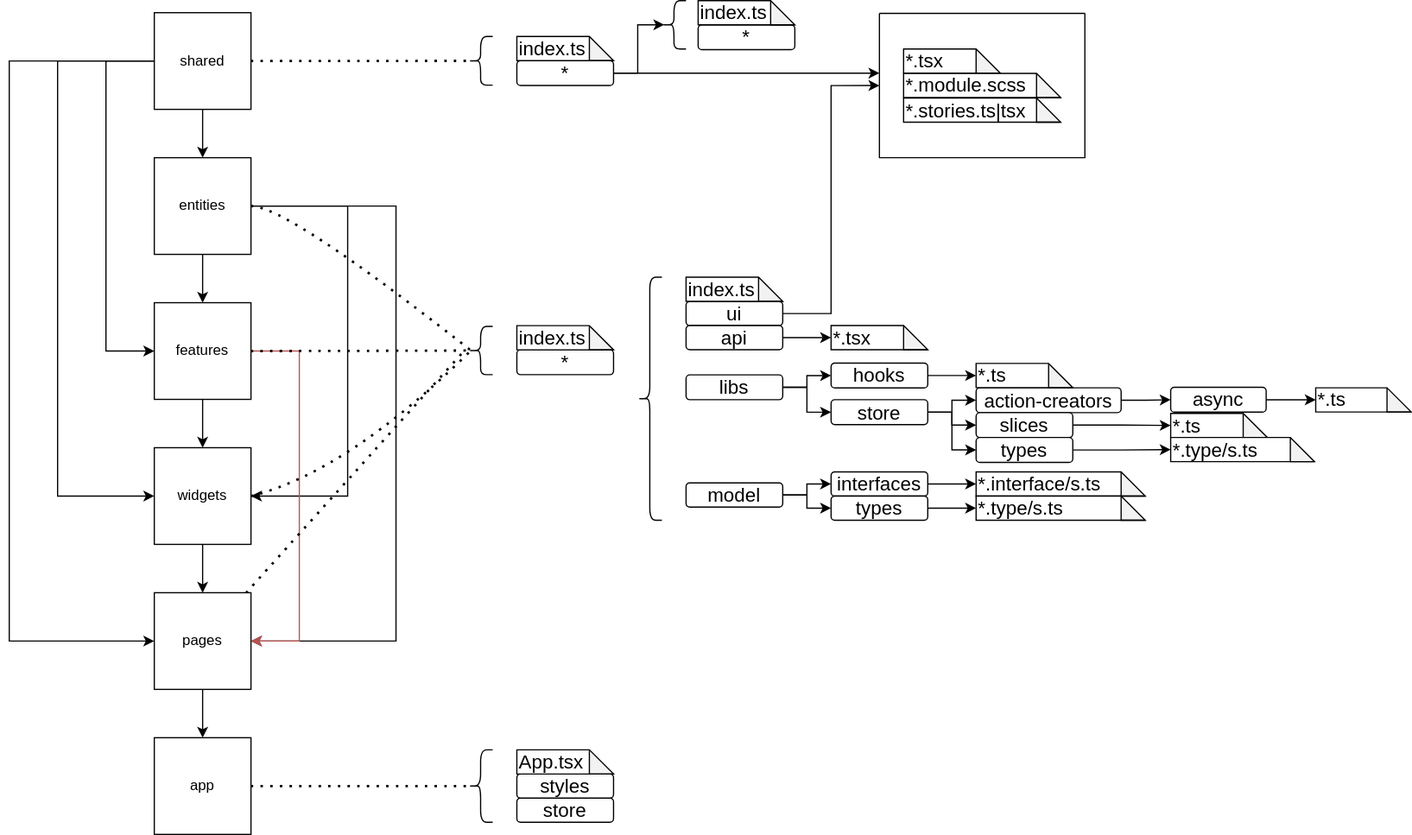
This is client/FSD.drawio.svg from Lordpluha/GameBlog, a draw.io export, as it was before one commit. Source tidied: cells renumbered, new cells last; positions are measured from the earlier drawing's top-left corner, leaving out a move shared by most shapes.
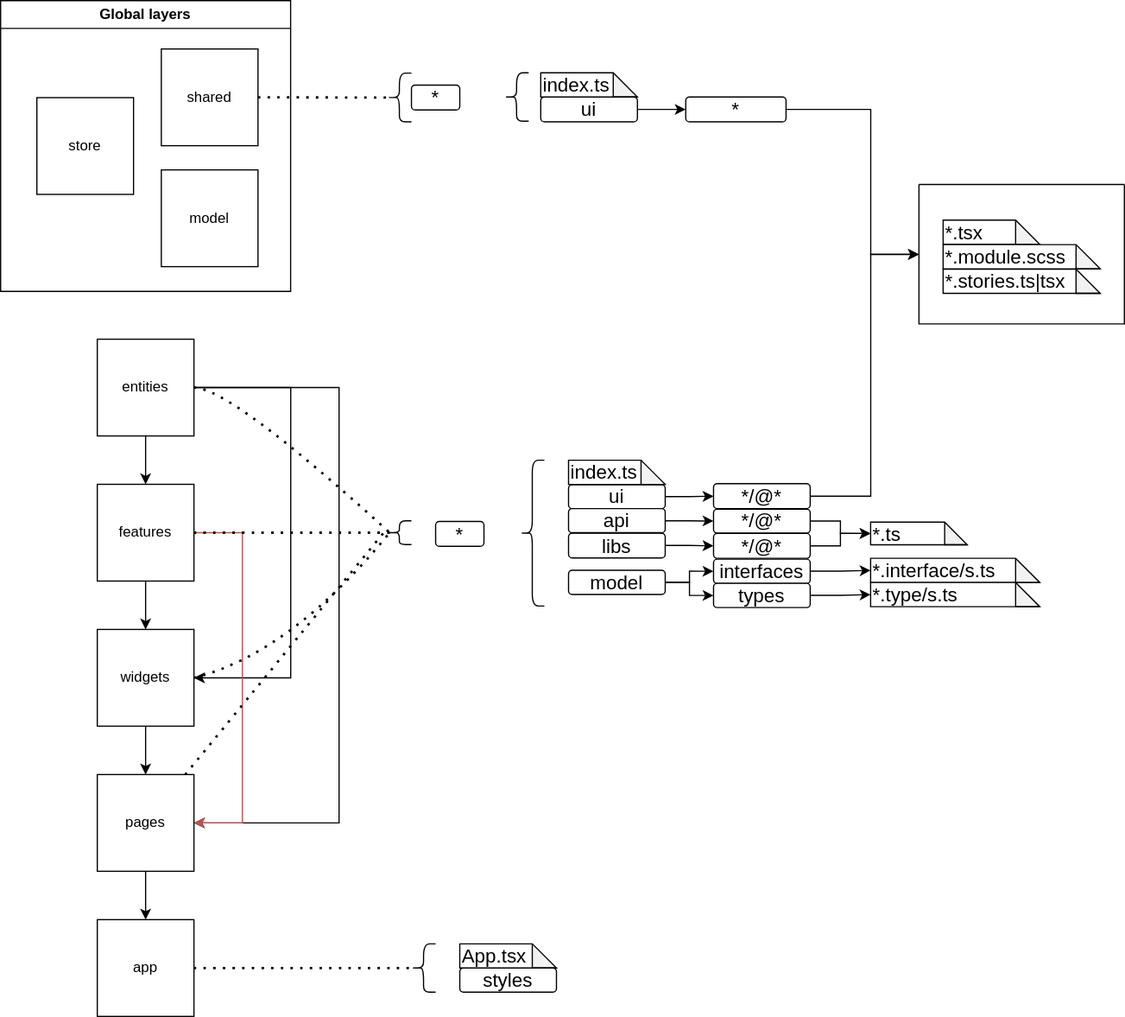
The same file after the commit.

What changed in the source:
```diff
@@ -4,32 +4,2 @@
     <mxCell id="1" parent="0" />
-    <mxCell id="2" style="edgeStyle=orthogonalEdgeStyle;rounded=0;jettySize=auto;html=1;" parent="1" edge="1" source="6" target="10">
-      <mxGeometry relative="1" as="geometry" />
-    </mxCell>
-    <mxCell id="3" style="edgeStyle=orthogonalEdgeStyle;rounded=0;jettySize=auto;html=1;entryX=0;entryY=0.5;entryDx=0;entryDy=0;" parent="1" edge="1" source="6" target="13">
-      <mxGeometry relative="1" as="geometry">
-        <Array as="points">
-          <mxPoint x="80" y="50" />
-          <mxPoint x="80" y="290" />
-        </Array>
-      </mxGeometry>
-    </mxCell>
-    <mxCell id="4" style="edgeStyle=orthogonalEdgeStyle;rounded=0;jettySize=auto;html=1;entryX=0;entryY=0.5;entryDx=0;entryDy=0;" parent="1" edge="1" source="6" target="15">
-      <mxGeometry relative="1" as="geometry">
-        <Array as="points">
-          <mxPoint x="40" y="50" />
-          <mxPoint x="40" y="410" />
-        </Array>
-      </mxGeometry>
-    </mxCell>
-    <mxCell id="5" style="edgeStyle=orthogonalEdgeStyle;rounded=0;jettySize=auto;html=1;entryX=0;entryY=0.5;entryDx=0;entryDy=0;" parent="1" edge="1" source="6" target="17">
-      <mxGeometry relative="1" as="geometry">
-        <Array as="points">
-          <mxPoint y="50" />
-          <mxPoint y="530" />
-        </Array>
-      </mxGeometry>
-    </mxCell>
-    <mxCell id="6" value="shared" style="whiteSpace=wrap;html=1;" parent="1" vertex="1">
-      <mxGeometry x="120" y="10" width="80" height="80" as="geometry" />
-    </mxCell>
     <mxCell id="7" style="edgeStyle=orthogonalEdgeStyle;rounded=0;jettySize=auto;html=1;" parent="1" edge="1" source="10" target="13">
@@ -86,3 +56,3 @@
     <mxCell id="19" style="shape=curlyBracket;whiteSpace=wrap;html=1;rounded=1;labelPosition=left;verticalLabelPosition=middle;align=right;verticalAlign=middle;fontSize=16;" parent="1" vertex="1">
-      <mxGeometry x="380" y="29.7" width="20" height="40.3" as="geometry" />
+      <mxGeometry x="360" y="-90" width="20" height="40.3" as="geometry" />
     </mxCell>
@@ -119,18 +89,15 @@
     <mxCell id="26" value="model" style="rounded=1;whiteSpace=wrap;html=1;fontSize=16;" parent="1" vertex="1">
-      <mxGeometry x="560" y="399.1" width="80" height="20" as="geometry" />
+      <mxGeometry x="510" y="321.1" width="80" height="20" as="geometry" />
     </mxCell>
-    <mxCell id="27" style="edgeStyle=orthogonalEdgeStyle;rounded=0;jettySize=auto;html=1;" parent="1" edge="1" source="29" target="57">
-      <mxGeometry relative="1" as="geometry" />
-    </mxCell>
-    <mxCell id="28" style="edgeStyle=orthogonalEdgeStyle;rounded=0;jettySize=auto;html=1;" parent="1" edge="1" source="29" target="63">
-      <mxGeometry relative="1" as="geometry" />
-    </mxCell>
+    <mxCell id="81" style="edgeStyle=orthogonalEdgeStyle;rounded=0;jettySize=auto;html=1;" parent="1" edge="1" source="29" target="89">
+      <mxGeometry relative="1" as="geometry" />
+    </mxCell>
     <mxCell id="29" value="libs" style="rounded=1;whiteSpace=wrap;html=1;fontSize=16;" parent="1" vertex="1">
-      <mxGeometry x="560" y="309.7" width="80" height="20.6" as="geometry" />
+      <mxGeometry x="510" y="290.3" width="80" height="20.6" as="geometry" />
     </mxCell>
-    <mxCell id="30" style="edgeStyle=orthogonalEdgeStyle;rounded=0;jettySize=auto;html=1;exitX=1;exitY=0.5;exitDx=0;exitDy=0;entryX=0;entryY=0.5;entryDx=0;entryDy=0;" parent="1" edge="1" source="31" target="49">
+    <mxCell id="30" style="edgeStyle=orthogonalEdgeStyle;rounded=0;jettySize=auto;html=1;exitX=1;exitY=0.5;exitDx=0;exitDy=0;entryX=0;entryY=0.5;entryDx=0;entryDy=0;" parent="1" edge="1" source="87" target="49">
       <mxGeometry relative="1" as="geometry">
         <Array as="points">
-          <mxPoint x="680" y="259" />
-          <mxPoint x="680" y="70" />
+          <mxPoint x="760" y="260" />
+          <mxPoint x="760" y="60" />
         </Array>
@@ -138,13 +105,16 @@
     </mxCell>
+    <mxCell id="82" style="edgeStyle=orthogonalEdgeStyle;rounded=0;jettySize=auto;html=1;" parent="1" edge="1" source="31" target="87">
+      <mxGeometry relative="1" as="geometry" />
+    </mxCell>
     <mxCell id="31" value="ui" style="rounded=1;whiteSpace=wrap;html=1;fontSize=16;" parent="1" vertex="1">
-      <mxGeometry x="560" y="249.1" width="80" height="19.7" as="geometry" />
+      <mxGeometry x="510" y="250.3" width="80" height="19.7" as="geometry" />
     </mxCell>
-    <mxCell id="32" style="edgeStyle=orthogonalEdgeStyle;rounded=0;jettySize=auto;html=1;" parent="1" edge="1" source="33" target="70">
-      <mxGeometry relative="1" as="geometry" />
-    </mxCell>
+    <mxCell id="83" style="edgeStyle=orthogonalEdgeStyle;rounded=0;jettySize=auto;html=1;" parent="1" edge="1" source="33" target="88">
+      <mxGeometry relative="1" as="geometry" />
+    </mxCell>
     <mxCell id="33" value="api" style="rounded=1;whiteSpace=wrap;html=1;fontSize=16;" parent="1" vertex="1">
-      <mxGeometry x="560" y="268.9" width="80" height="20" as="geometry" />
+      <mxGeometry x="510" y="270.1" width="80" height="20" as="geometry" />
     </mxCell>
     <mxCell id="34" style="shape=curlyBracket;whiteSpace=wrap;html=1;rounded=1;labelPosition=left;verticalLabelPosition=middle;align=right;verticalAlign=middle;fontSize=16;" parent="1" vertex="1">
-      <mxGeometry x="380" y="269.6" width="20" height="40" as="geometry" />
+      <mxGeometry x="360" y="280.2" width="20" height="19.6" as="geometry" />
     </mxCell>
@@ -154,3 +124,3 @@
     <mxCell id="36" style="shape=curlyBracket;whiteSpace=wrap;html=1;rounded=1;labelPosition=left;verticalLabelPosition=middle;align=right;verticalAlign=middle;fontSize=16;" parent="1" vertex="1">
-      <mxGeometry x="380" y="620" width="20" height="60" as="geometry" />
+      <mxGeometry x="380" y="630" width="20" height="40" as="geometry" />
     </mxCell>
@@ -159,37 +129,36 @@
     </mxCell>
-    <mxCell id="38" value="store" style="rounded=1;whiteSpace=wrap;html=1;fontSize=16;" parent="1" vertex="1">
-      <mxGeometry x="420" y="660" width="80" height="20" as="geometry" />
-    </mxCell>
     <mxCell id="39" value="styles" style="rounded=1;whiteSpace=wrap;html=1;fontSize=16;" parent="1" vertex="1">
-      <mxGeometry x="420" y="640" width="80" height="20" as="geometry" />
+      <mxGeometry x="420" y="650" width="80" height="20" as="geometry" />
     </mxCell>
     <mxCell id="40" value="App.tsx" style="shape=note;whiteSpace=wrap;html=1;backgroundOutline=1;darkOpacity=0.05;fontSize=16;align=left;" parent="1" vertex="1">
-      <mxGeometry x="420" y="620" width="80" height="20" as="geometry" />
+      <mxGeometry x="420" y="630" width="80" height="20" as="geometry" />
     </mxCell>
-    <mxCell id="41" style="edgeStyle=orthogonalEdgeStyle;rounded=0;jettySize=auto;html=1;entryX=0;entryY=0.414;entryDx=0;entryDy=0;entryPerimeter=0;" parent="1" edge="1" source="42" target="49">
-      <mxGeometry relative="1" as="geometry" />
-    </mxCell>
     <mxCell id="42" value="*" style="rounded=1;whiteSpace=wrap;html=1;fontSize=16;verticalAlign=middle;" parent="1" vertex="1">
-      <mxGeometry x="420" y="49.7" width="80" height="20.6" as="geometry" />
+      <mxGeometry x="380" y="-80.1" width="40" height="20.6" as="geometry" />
     </mxCell>
     <mxCell id="43" value="*" style="rounded=1;whiteSpace=wrap;html=1;fontSize=16;" parent="1" vertex="1">
-      <mxGeometry x="420" y="289" width="80" height="20.6" as="geometry" />
+      <mxGeometry x="400" y="280.7" width="40" height="20.6" as="geometry" />
     </mxCell>
     <mxCell id="44" style="shape=curlyBracket;whiteSpace=wrap;html=1;rounded=1;labelPosition=left;verticalLabelPosition=middle;align=right;verticalAlign=middle;fontSize=16;" parent="1" vertex="1">
-      <mxGeometry x="520" y="228.9" width="20" height="201.1" as="geometry" />
+      <mxGeometry x="470" y="230.1" width="20" height="120.6" as="geometry" />
     </mxCell>
-    <mxCell id="45" value="index.ts" style="shape=note;whiteSpace=wrap;html=1;backgroundOutline=1;darkOpacity=0.05;fontSize=16;align=left;" parent="1" vertex="1">
-      <mxGeometry x="420" y="29.7" width="80" height="20" as="geometry" />
-    </mxCell>
+    <mxCell id="84" style="edgeStyle=orthogonalEdgeStyle;rounded=0;jettySize=auto;html=1;" parent="1" edge="1" source="46" target="86">
+      <mxGeometry relative="1" as="geometry">
+        <Array as="points">
+          <mxPoint x="587" y="-59.7" />
+          <mxPoint x="587" y="-59.7" />
+        </Array>
+      </mxGeometry>
+    </mxCell>
-    <mxCell id="46" value="*" style="rounded=1;whiteSpace=wrap;html=1;fontSize=16;verticalAlign=middle;" parent="1" vertex="1">
-      <mxGeometry x="570" y="20" width="80" height="20.6" as="geometry" />
+    <mxCell id="46" value="ui" style="rounded=1;whiteSpace=wrap;html=1;fontSize=16;verticalAlign=middle;" parent="1" vertex="1">
+      <mxGeometry x="487" y="-70.3" width="80" height="20.6" as="geometry" />
     </mxCell>
     <mxCell id="47" style="shape=curlyBracket;whiteSpace=wrap;html=1;rounded=1;labelPosition=left;verticalLabelPosition=middle;align=right;verticalAlign=middle;fontSize=16;" parent="1" vertex="1">
-      <mxGeometry x="540" width="20" height="40" as="geometry" />
+      <mxGeometry x="457" y="-90.3" width="20" height="40" as="geometry" />
     </mxCell>
     <mxCell id="48" value="index.ts" style="shape=note;whiteSpace=wrap;html=1;backgroundOutline=1;darkOpacity=0.05;fontSize=16;align=left;" parent="1" vertex="1">
-      <mxGeometry x="570" width="80" height="20" as="geometry" />
+      <mxGeometry x="487" y="-90.3" width="80" height="20" as="geometry" />
     </mxCell>
     <mxCell id="49" style="swimlane;startSize=0;fontSize=16;" parent="1" vertex="1">
-      <mxGeometry x="720" y="10.6" width="170" height="119.4" as="geometry" />
+      <mxGeometry x="800" y="2.1" width="170" height="115.3" as="geometry" />
     </mxCell>
@@ -204,69 +173,19 @@
     </mxCell>
-    <mxCell id="53" style="edgeStyle=orthogonalEdgeStyle;rounded=0;jettySize=auto;html=1;entryX=0.1;entryY=0.5;entryDx=0;entryDy=0;entryPerimeter=0;" parent="1" edge="1" source="42" target="47">
-      <mxGeometry relative="1" as="geometry">
-        <Array as="points">
-          <mxPoint x="520" y="60" />
-          <mxPoint x="520" y="20" />
-        </Array>
-      </mxGeometry>
-    </mxCell>
-    <mxCell id="54" value="index.ts" style="shape=note;whiteSpace=wrap;html=1;backgroundOutline=1;darkOpacity=0.05;fontSize=16;align=left;" parent="1" vertex="1">
-      <mxGeometry x="420" y="269" width="80" height="20" as="geometry" />
-    </mxCell>
     <mxCell id="55" value="index.ts" style="shape=note;whiteSpace=wrap;html=1;backgroundOutline=1;darkOpacity=0.05;fontSize=16;align=left;" parent="1" vertex="1">
-      <mxGeometry x="560" y="228.9" width="80" height="20" as="geometry" />
+      <mxGeometry x="510" y="230.1" width="80" height="20" as="geometry" />
     </mxCell>
-    <mxCell id="56" style="edgeStyle=orthogonalEdgeStyle;rounded=0;jettySize=auto;html=1;" parent="1" edge="1" source="57" target="71">
-      <mxGeometry relative="1" as="geometry" />
-    </mxCell>
-    <mxCell id="57" value="hooks" style="rounded=1;whiteSpace=wrap;html=1;fontSize=16;" parent="1" vertex="1">
-      <mxGeometry x="680" y="300" width="80" height="20.6" as="geometry" />
-    </mxCell>
     <mxCell id="58" value="interfaces" style="rounded=1;whiteSpace=wrap;html=1;fontSize=16;" parent="1" vertex="1">
-      <mxGeometry x="680" y="390" width="80" height="20" as="geometry" />
+      <mxGeometry x="630" y="311.9" width="80" height="20" as="geometry" />
     </mxCell>
     <mxCell id="59" value="types" style="rounded=1;whiteSpace=wrap;html=1;fontSize=16;" parent="1" vertex="1">
-      <mxGeometry x="680" y="410" width="80" height="20" as="geometry" />
+      <mxGeometry x="630" y="331.9" width="80" height="20" as="geometry" />
     </mxCell>
-    <mxCell id="60" style="edgeStyle=orthogonalEdgeStyle;rounded=0;jettySize=auto;html=1;" parent="1" edge="1" source="63" target="65">
-      <mxGeometry relative="1" as="geometry" />
-    </mxCell>
-    <mxCell id="61" style="edgeStyle=orthogonalEdgeStyle;rounded=0;jettySize=auto;html=1;entryX=0;entryY=0.5;entryDx=0;entryDy=0;" parent="1" edge="1" source="63" target="67">
-      <mxGeometry relative="1" as="geometry" />
-    </mxCell>
-    <mxCell id="62" style="edgeStyle=orthogonalEdgeStyle;rounded=0;jettySize=auto;html=1;entryX=0;entryY=0.5;entryDx=0;entryDy=0;" parent="1" edge="1" source="63" target="79">
-      <mxGeometry relative="1" as="geometry" />
-    </mxCell>
-    <mxCell id="63" value="store" style="rounded=1;whiteSpace=wrap;html=1;fontSize=16;" parent="1" vertex="1">
-      <mxGeometry x="680" y="330.3" width="80" height="20.6" as="geometry" />
-    </mxCell>
-    <mxCell id="64" style="edgeStyle=orthogonalEdgeStyle;rounded=0;jettySize=auto;html=1;" parent="1" edge="1" source="65" target="69">
-      <mxGeometry relative="1" as="geometry" />
-    </mxCell>
-    <mxCell id="65" value="action-creators" style="rounded=1;whiteSpace=wrap;html=1;fontSize=16;" parent="1" vertex="1">
-      <mxGeometry x="800" y="320.4" width="120" height="20.6" as="geometry" />
-    </mxCell>
-    <mxCell id="66" style="edgeStyle=orthogonalEdgeStyle;rounded=0;jettySize=auto;html=1;" parent="1" edge="1" source="67" target="77">
-      <mxGeometry relative="1" as="geometry" />
-    </mxCell>
-    <mxCell id="67" value="slices" style="rounded=1;whiteSpace=wrap;html=1;fontSize=16;" parent="1" vertex="1">
-      <mxGeometry x="800" y="341" width="80" height="20.6" as="geometry" />
-    </mxCell>
-    <mxCell id="68" style="edgeStyle=orthogonalEdgeStyle;rounded=0;jettySize=auto;html=1;" parent="1" edge="1" source="69" target="76">
-      <mxGeometry relative="1" as="geometry" />
-    </mxCell>
-    <mxCell id="69" value="async" style="rounded=1;whiteSpace=wrap;html=1;fontSize=16;" parent="1" vertex="1">
-      <mxGeometry x="961" y="320" width="79" height="20.6" as="geometry" />
-    </mxCell>
-    <mxCell id="70" value="*.tsx" style="shape=note;whiteSpace=wrap;html=1;backgroundOutline=1;darkOpacity=0.05;fontSize=16;align=left;" parent="1" vertex="1">
-      <mxGeometry x="680" y="268.9" width="80" height="20" as="geometry" />
+    <mxCell id="70" value="*.ts" style="shape=note;whiteSpace=wrap;html=1;backgroundOutline=1;darkOpacity=0.05;fontSize=16;align=left;" parent="1" vertex="1">
+      <mxGeometry x="760" y="281.3" width="80" height="18.7" as="geometry" />
     </mxCell>
-    <mxCell id="71" value="*.ts" style="shape=note;whiteSpace=wrap;html=1;backgroundOutline=1;darkOpacity=0.05;fontSize=16;align=left;" parent="1" vertex="1">
-      <mxGeometry x="800" y="300.3" width="80" height="20" as="geometry" />
-    </mxCell>
     <mxCell id="72" value="*.interface/s.ts" style="shape=note;whiteSpace=wrap;html=1;backgroundOutline=1;darkOpacity=0.05;fontSize=16;align=left;" parent="1" vertex="1">
-      <mxGeometry x="800" y="390" width="140" height="20" as="geometry" />
+      <mxGeometry x="760" y="311.2" width="140" height="20" as="geometry" />
     </mxCell>
     <mxCell id="73" value="*.type/s.ts" style="shape=note;whiteSpace=wrap;html=1;backgroundOutline=1;darkOpacity=0.05;fontSize=16;align=left;" parent="1" vertex="1">
-      <mxGeometry x="800" y="410" width="140" height="20" as="geometry" />
+      <mxGeometry x="760" y="331.2" width="140" height="20" as="geometry" />
     </mxCell>
@@ -278,17 +197,41 @@
     </mxCell>
-    <mxCell id="76" value="*.ts" style="shape=note;whiteSpace=wrap;html=1;backgroundOutline=1;darkOpacity=0.05;fontSize=16;align=left;" parent="1" vertex="1">
-      <mxGeometry x="1081" y="320.4" width="79" height="20" as="geometry" />
-    </mxCell>
-    <mxCell id="77" value="*.ts" style="shape=note;whiteSpace=wrap;html=1;backgroundOutline=1;darkOpacity=0.05;fontSize=16;align=left;" parent="1" vertex="1">
-      <mxGeometry x="961" y="341.6" width="80" height="20" as="geometry" />
-    </mxCell>
-    <mxCell id="78" style="edgeStyle=orthogonalEdgeStyle;rounded=0;jettySize=auto;html=1;" parent="1" edge="1" source="79" target="80">
-      <mxGeometry relative="1" as="geometry" />
-    </mxCell>
-    <mxCell id="79" value="types" style="rounded=1;whiteSpace=wrap;html=1;fontSize=16;" parent="1" vertex="1">
-      <mxGeometry x="800" y="361.6" width="80" height="20.6" as="geometry" />
-    </mxCell>
-    <mxCell id="80" value="*.type/s.ts" style="shape=note;whiteSpace=wrap;html=1;backgroundOutline=1;darkOpacity=0.05;fontSize=16;align=left;" parent="1" vertex="1">
-      <mxGeometry x="961" y="361.6" width="119" height="20" as="geometry" />
-    </mxCell>
+    <mxCell id="85" style="edgeStyle=orthogonalEdgeStyle;rounded=0;jettySize=auto;html=1;exitX=1;exitY=0.5;exitDx=0;exitDy=0;" parent="1" edge="1" source="86">
+      <mxGeometry relative="1" as="geometry">
+        <mxPoint x="800" y="60" as="targetPoint" />
+        <Array as="points">
+          <mxPoint x="760" y="-60" />
+          <mxPoint x="760" y="60" />
+        </Array>
+      </mxGeometry>
+    </mxCell>
+    <mxCell id="86" value="*" style="rounded=1;whiteSpace=wrap;html=1;fontSize=16;verticalAlign=middle;" parent="1" vertex="1">
+      <mxGeometry x="607" y="-70.3" width="83" height="20.6" as="geometry" />
+    </mxCell>
+    <mxCell id="87" value="*/@*" style="rounded=1;whiteSpace=wrap;html=1;fontSize=16;verticalAlign=middle;" parent="1" vertex="1">
+      <mxGeometry x="630" y="249.5" width="80" height="20.6" as="geometry" />
+    </mxCell>
+    <mxCell id="88" value="*/@*" style="rounded=1;whiteSpace=wrap;html=1;fontSize=16;verticalAlign=middle;" parent="1" vertex="1">
+      <mxGeometry x="630" y="270.6" width="80" height="19.7" as="geometry" />
+    </mxCell>
+    <mxCell id="89" value="*/@*" style="rounded=1;whiteSpace=wrap;html=1;fontSize=16;verticalAlign=middle;" parent="1" vertex="1">
+      <mxGeometry x="630" y="290.6" width="80" height="20.6" as="geometry" />
+    </mxCell>
+    <mxCell id="90" style="edgeStyle=orthogonalEdgeStyle;rounded=0;jettySize=auto;html=1;entryX=0;entryY=0.5;entryDx=0;entryDy=0;entryPerimeter=0;" parent="1" edge="1" source="89" target="70">
+      <mxGeometry relative="1" as="geometry" />
+    </mxCell>
+    <mxCell id="91" style="edgeStyle=orthogonalEdgeStyle;rounded=0;jettySize=auto;html=1;entryX=0;entryY=0.5;entryDx=0;entryDy=0;entryPerimeter=0;" parent="1" edge="1" source="88" target="70">
+      <mxGeometry relative="1" as="geometry" />
+    </mxCell>
+    <mxCell id="92" value="Global layers" style="swimlane;whiteSpace=wrap;html=1;" parent="1" vertex="1">
+      <mxGeometry x="40" y="-150" width="240" height="240.5" as="geometry" />
+    </mxCell>
+    <mxCell id="93" value="model" style="whiteSpace=wrap;html=1;" parent="92" vertex="1">
+      <mxGeometry x="133" y="140" width="80" height="80" as="geometry" />
+    </mxCell>
+    <mxCell id="94" value="store" style="whiteSpace=wrap;html=1;" parent="92" vertex="1">
+      <mxGeometry x="30" y="80.2" width="80" height="80" as="geometry" />
+    </mxCell>
+    <mxCell id="6" value="shared" style="whiteSpace=wrap;html=1;" parent="92" vertex="1">
+      <mxGeometry x="133" y="40" width="80" height="80" as="geometry" />
+    </mxCell>
   </root>
```
